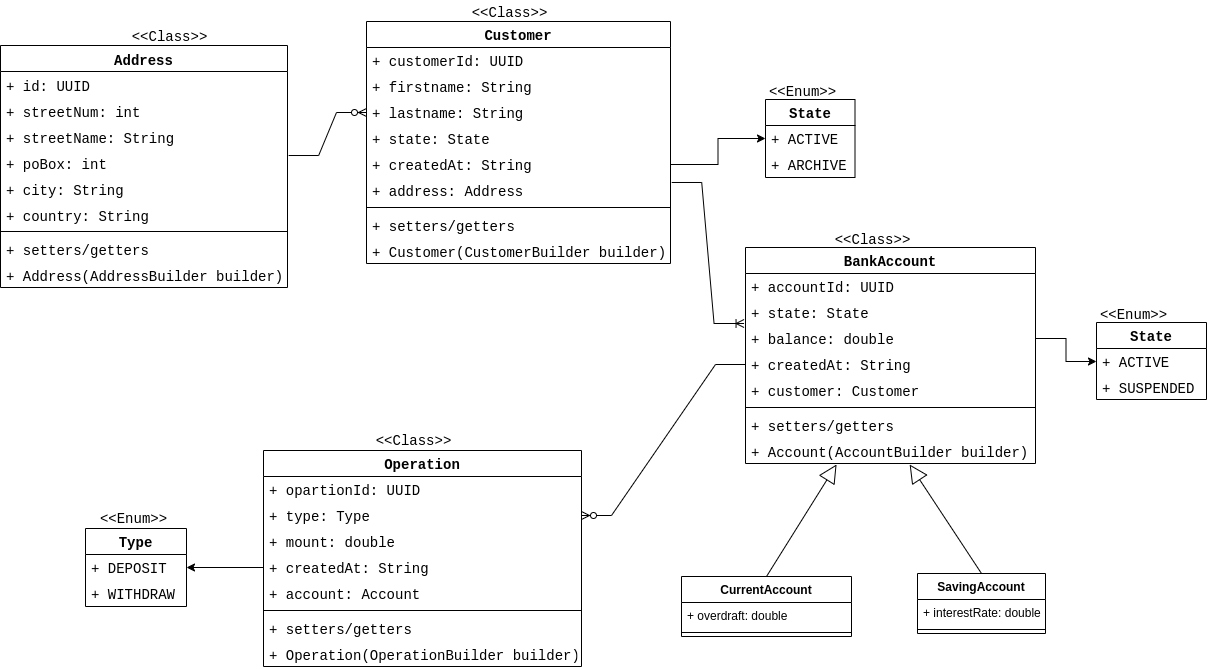
The draw.io diagram assets/exalt-bank-account-conception.png in placidenduwayo1/exalt-kata-fullstak-bank-account-application, before a commit. Source tidied: cells renumbered, new cells last; positions are measured from the earlier drawing's top-left corner, leaving out a move shared by most shapes.
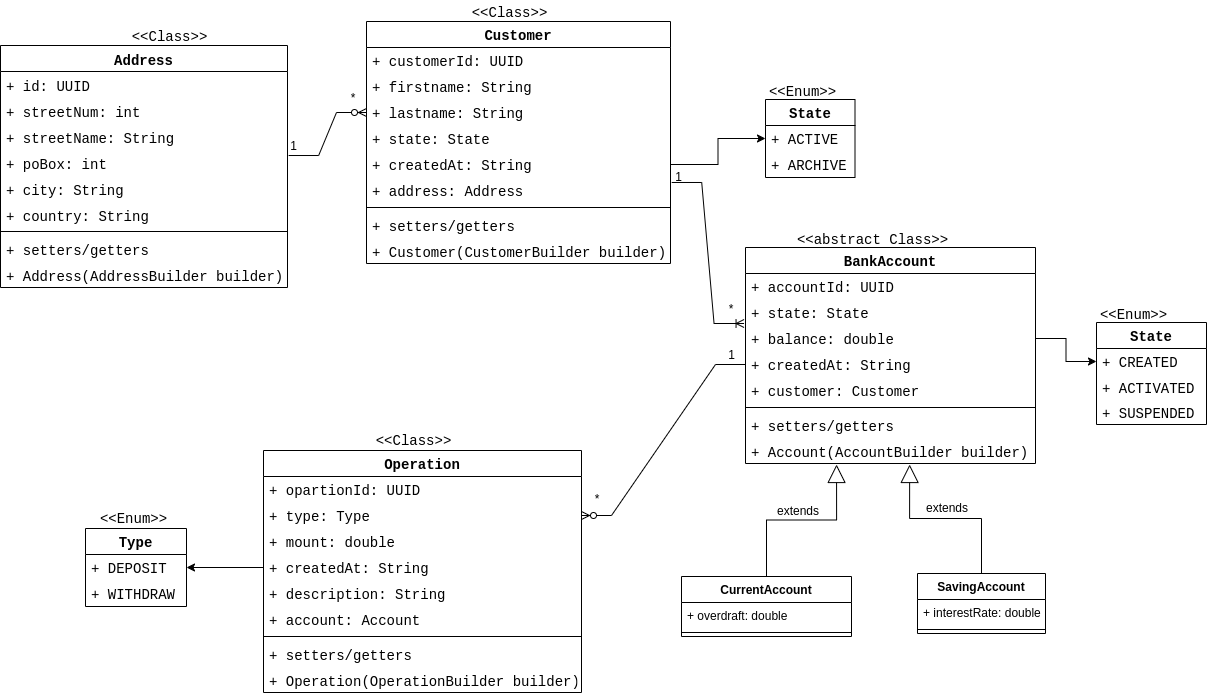
After the commit.

Change to the diagram source:
```diff
@@ -96,7 +96,7 @@
       <mxGeometry y="190" width="290" height="26" as="geometry" />
     </mxCell>
     <mxCell id="33" value="Operation" style="swimlane;fontStyle=1;align=center;verticalAlign=top;horizontal=1;startSize=26;whiteSpace=wrap;html=1;fontSize=14;fontFamily=Courier New;" parent="1" vertex="1">
-      <mxGeometry x="263" y="450" width="318" height="216" as="geometry" />
+      <mxGeometry x="263" y="450" width="318" height="242" as="geometry" />
     </mxCell>
     <mxCell id="34" value="+ opartionId: UUID" style="text;strokeColor=none;fillColor=none;align=left;verticalAlign=top;spacingLeft=4;spacingRight=4;overflow=hidden;whiteSpace=wrap;html=1;fontSize=14;fontFamily=Courier New;" parent="33" vertex="1">
       <mxGeometry y="26" width="318" height="26" as="geometry" />
@@ -110,19 +110,22 @@
     <mxCell id="37" value="+ createdAt: String" style="text;strokeColor=none;fillColor=none;align=left;verticalAlign=top;spacingLeft=4;spacingRight=4;overflow=hidden;points=[[0,0.5],[1,0.5]];portConstraint=eastwest;whiteSpace=wrap;html=1;fontSize=14;fontFamily=Courier New;" parent="33" vertex="1">
       <mxGeometry y="104" width="318" height="26" as="geometry" />
     </mxCell>
+    <mxCell id="70" value="+ description: String" style="text;strokeColor=none;fillColor=none;align=left;verticalAlign=top;spacingLeft=4;spacingRight=4;overflow=hidden;whiteSpace=wrap;html=1;fontSize=14;fontFamily=Courier New;" parent="33" vertex="1">
+      <mxGeometry y="130" width="318" height="26" as="geometry" />
+    </mxCell>
     <mxCell id="38" value="+ account: Account" style="text;strokeColor=none;fillColor=none;align=left;verticalAlign=top;spacingLeft=4;spacingRight=4;overflow=hidden;whiteSpace=wrap;html=1;fontSize=14;fontFamily=Courier New;" parent="33" vertex="1">
-      <mxGeometry y="130" width="318" height="26" as="geometry" />
+      <mxGeometry y="156" width="318" height="26" as="geometry" />
     </mxCell>
     <mxCell id="39" style="line;strokeWidth=1;fillColor=none;align=left;verticalAlign=middle;spacingTop=-1;spacingLeft=3;spacingRight=3;labelPosition=right;strokeColor=inherit;fontSize=14;fontFamily=Courier New;" parent="33" vertex="1">
-      <mxGeometry y="156" width="318" height="8" as="geometry" />
+      <mxGeometry y="182" width="318" height="8" as="geometry" />
     </mxCell>
     <mxCell id="40" value="+ setters/getters" style="text;strokeColor=none;fillColor=none;align=left;verticalAlign=top;spacingLeft=4;spacingRight=4;overflow=hidden;fontSize=14;fontFamily=Courier New;" parent="33" vertex="1">
-      <mxGeometry y="164" width="318" height="26" as="geometry" />
+      <mxGeometry y="190" width="318" height="26" as="geometry" />
     </mxCell>
     <mxCell id="41" value="+ Operation(OperationBuilder builder)" style="text;strokeColor=none;fillColor=none;align=left;verticalAlign=top;spacingLeft=4;spacingRight=4;overflow=hidden;fontSize=14;fontFamily=Courier New;" parent="33" vertex="1">
-      <mxGeometry y="190" width="318" height="26" as="geometry" />
+      <mxGeometry y="216" width="318" height="26" as="geometry" />
     </mxCell>
-    <mxCell id="42" value="&amp;lt;&amp;lt;Class&amp;gt;&amp;gt;" style="text;align=center;fontStyle=0;verticalAlign=middle;spacingLeft=3;spacingRight=3;strokeColor=none;html=1;fontSize=14;fontFamily=Courier New;" parent="1" vertex="1">
+    <mxCell id="42" value="&amp;lt;&amp;lt;abstract Class&amp;gt;&amp;gt;" style="text;align=center;fontStyle=0;verticalAlign=middle;spacingLeft=3;spacingRight=3;strokeColor=none;html=1;fontSize=14;fontFamily=Courier New;" parent="1" vertex="1">
       <mxGeometry x="832" y="227" width="80" height="26" as="geometry" />
     </mxCell>
     <mxCell id="43" value="&amp;lt;&amp;lt;Class&amp;gt;&amp;gt;" style="text;align=center;fontStyle=0;verticalAlign=middle;spacingLeft=3;spacingRight=3;strokeColor=none;html=1;fontSize=14;fontFamily=Courier New;" parent="1" vertex="1">
@@ -185,26 +188,53 @@
     <mxCell id="62" style="line;strokeWidth=1;fillColor=none;align=left;verticalAlign=middle;spacingTop=-1;spacingLeft=3;spacingRight=3;labelPosition=right;strokeColor=inherit;" parent="60" vertex="1">
       <mxGeometry y="52" width="128" height="8" as="geometry" />
     </mxCell>
-    <mxCell id="63" style="endArrow=block;endSize=16;endFill=0;html=1;rounded=0;exitX=0.5;exitY=0;exitDx=0;exitDy=0;entryX=0.314;entryY=1.038;entryDx=0;entryDy=0;entryPerimeter=0;labelPosition=left;verticalLabelPosition=middle;align=right;verticalAlign=middle;" parent="1" edge="1" source="57" target="32">
+    <mxCell id="63" style="endArrow=block;endSize=16;endFill=0;html=1;rounded=0;exitX=0.5;exitY=0;exitDx=0;exitDy=0;entryX=0.314;entryY=1.038;entryDx=0;entryDy=0;entryPerimeter=0;labelPosition=left;verticalLabelPosition=middle;align=right;verticalAlign=middle;edgeStyle=orthogonalEdgeStyle;" parent="1" edge="1" source="57" target="32">
       <mxGeometry x="-0.09" y="3" relative="1" as="geometry" />
     </mxCell>
-    <mxCell id="64" style="endArrow=block;endSize=16;endFill=0;html=1;rounded=0;exitX=0.5;exitY=0;exitDx=0;exitDy=0;entryX=0.566;entryY=1.038;entryDx=0;entryDy=0;entryPerimeter=0;labelPosition=right;verticalLabelPosition=middle;align=left;verticalAlign=middle;" parent="1" edge="1" source="60" target="32">
+    <mxCell id="64" style="endArrow=block;endSize=16;endFill=0;html=1;rounded=0;exitX=0.5;exitY=0;exitDx=0;exitDy=0;entryX=0.566;entryY=1.038;entryDx=0;entryDy=0;entryPerimeter=0;labelPosition=right;verticalLabelPosition=middle;align=left;verticalAlign=middle;edgeStyle=orthogonalEdgeStyle;" parent="1" edge="1" source="60" target="32">
       <mxGeometry relative="1" as="geometry" />
     </mxCell>
     <mxCell id="65" value="State" style="swimlane;fontStyle=1;align=center;verticalAlign=top;horizontal=1;startSize=26;whiteSpace=wrap;html=1;fontSize=14;fontFamily=Courier New;" parent="1" vertex="1">
-      <mxGeometry x="1096" y="322" width="110" height="77" as="geometry" />
+      <mxGeometry x="1096" y="322" width="110" height="102" as="geometry" />
     </mxCell>
-    <mxCell id="66" value="+ ACTIVE" style="text;strokeColor=none;fillColor=none;align=left;verticalAlign=top;spacingLeft=4;spacingRight=4;overflow=hidden;points=[[0,0.5],[1,0.5]];portConstraint=eastwest;whiteSpace=wrap;html=1;fontSize=14;fontFamily=Courier New;" parent="65" vertex="1">
+    <mxCell id="66" value="+ CREATED" style="text;strokeColor=none;fillColor=none;align=left;verticalAlign=top;spacingLeft=4;spacingRight=4;overflow=hidden;points=[[0,0.5],[1,0.5]];portConstraint=eastwest;whiteSpace=wrap;html=1;fontSize=14;fontFamily=Courier New;" parent="65" vertex="1">
       <mxGeometry y="26" width="110" height="26" as="geometry" />
     </mxCell>
-    <mxCell id="67" value="+ SUSPENDED" style="text;strokeColor=none;fillColor=none;align=left;verticalAlign=top;spacingLeft=4;spacingRight=4;overflow=hidden;whiteSpace=wrap;html=1;fontSize=14;fontFamily=Courier New;" parent="65" vertex="1">
+    <mxCell id="67" value="+ ACTIVATED" style="text;strokeColor=none;fillColor=none;align=left;verticalAlign=top;spacingLeft=4;spacingRight=4;overflow=hidden;whiteSpace=wrap;html=1;fontSize=14;fontFamily=Courier New;" parent="65" vertex="1">
       <mxGeometry y="52" width="110" height="25" as="geometry" />
     </mxCell>
+    <mxCell id="71" value="+ SUSPENDED" style="text;strokeColor=none;fillColor=none;align=left;verticalAlign=top;spacingLeft=4;spacingRight=4;overflow=hidden;whiteSpace=wrap;html=1;fontSize=14;fontFamily=Courier New;" parent="65" vertex="1">
+      <mxGeometry y="77" width="110" height="25" as="geometry" />
+    </mxCell>
     <mxCell id="68" value="&amp;lt;&amp;lt;Enum&amp;gt;&amp;gt;" style="text;align=center;fontStyle=0;verticalAlign=middle;spacingLeft=3;spacingRight=3;strokeColor=none;html=1;fontSize=14;fontFamily=Courier New;" parent="1" vertex="1">
       <mxGeometry x="1093" y="303" width="80" height="23" as="geometry" />
     </mxCell>
     <mxCell id="69" style="edgeStyle=orthogonalEdgeStyle;rounded=0;jettySize=auto;html=1;exitX=1;exitY=0.5;exitDx=0;exitDy=0;entryX=0;entryY=0.5;entryDx=0;entryDy=0;" parent="1" edge="1" source="27" target="66">
       <mxGeometry relative="1" as="geometry" />
     </mxCell>
+    <mxCell id="72" value="*" style="text;html=1;align=center;verticalAlign=middle;whiteSpace=wrap;rounded=0;" parent="1" vertex="1">
+      <mxGeometry x="346" y="92" width="14" height="11" as="geometry" />
+    </mxCell>
+    <mxCell id="73" value="1" style="text;html=1;align=center;verticalAlign=middle;whiteSpace=wrap;rounded=0;" parent="1" vertex="1">
+      <mxGeometry x="283" y="135" width="21" height="21" as="geometry" />
+    </mxCell>
+    <mxCell id="74" value="*" style="text;html=1;align=center;verticalAlign=middle;whiteSpace=wrap;rounded=0;" parent="1" vertex="1">
+      <mxGeometry x="724" y="303" width="14" height="11" as="geometry" />
+    </mxCell>
+    <mxCell id="75" value="1" style="text;html=1;align=center;verticalAlign=middle;whiteSpace=wrap;rounded=0;" parent="1" vertex="1">
+      <mxGeometry x="668" y="166" width="21" height="21" as="geometry" />
+    </mxCell>
+    <mxCell id="76" value="*" style="text;html=1;align=center;verticalAlign=middle;whiteSpace=wrap;rounded=0;" parent="1" vertex="1">
+      <mxGeometry x="590" y="493" width="14" height="11" as="geometry" />
+    </mxCell>
+    <mxCell id="77" value="1" style="text;html=1;align=center;verticalAlign=middle;whiteSpace=wrap;rounded=0;" parent="1" vertex="1">
+      <mxGeometry x="720.5" y="344.5" width="21" height="21" as="geometry" />
+    </mxCell>
+    <mxCell id="78" value="extends" style="text;html=1;align=center;verticalAlign=middle;whiteSpace=wrap;rounded=0;" parent="1" vertex="1">
+      <mxGeometry x="768" y="496" width="60" height="30" as="geometry" />
+    </mxCell>
+    <mxCell id="79" value="extends" style="text;html=1;align=center;verticalAlign=middle;whiteSpace=wrap;rounded=0;" parent="1" vertex="1">
+      <mxGeometry x="917" y="493" width="60" height="30" as="geometry" />
+    </mxCell>
   </root>
 </mxGraphModel>
```
